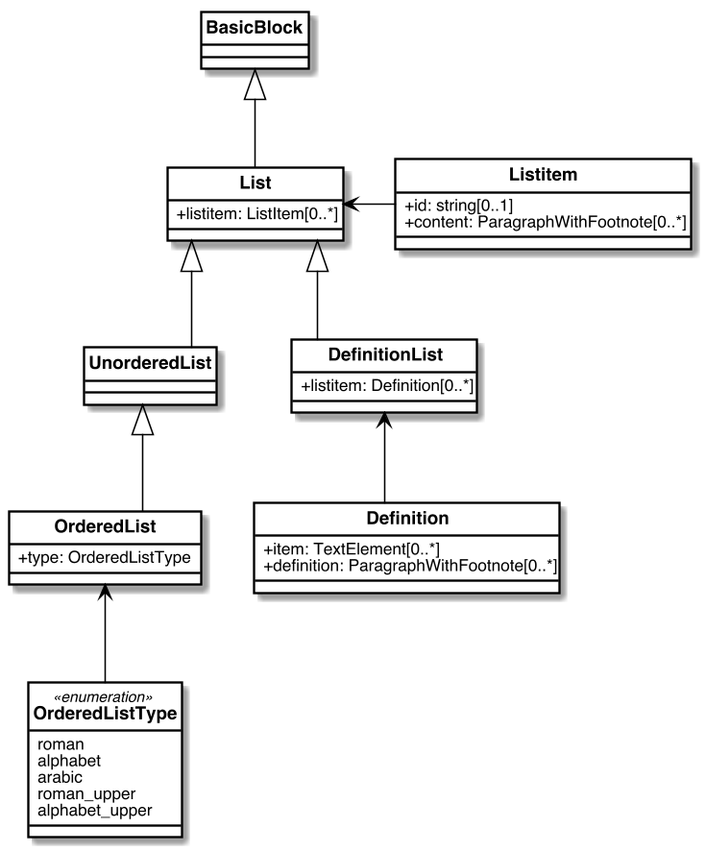
metanorma/basicdoc-models keeps this PlantUML diagram as images/Lists.png. Above is the earlier version.
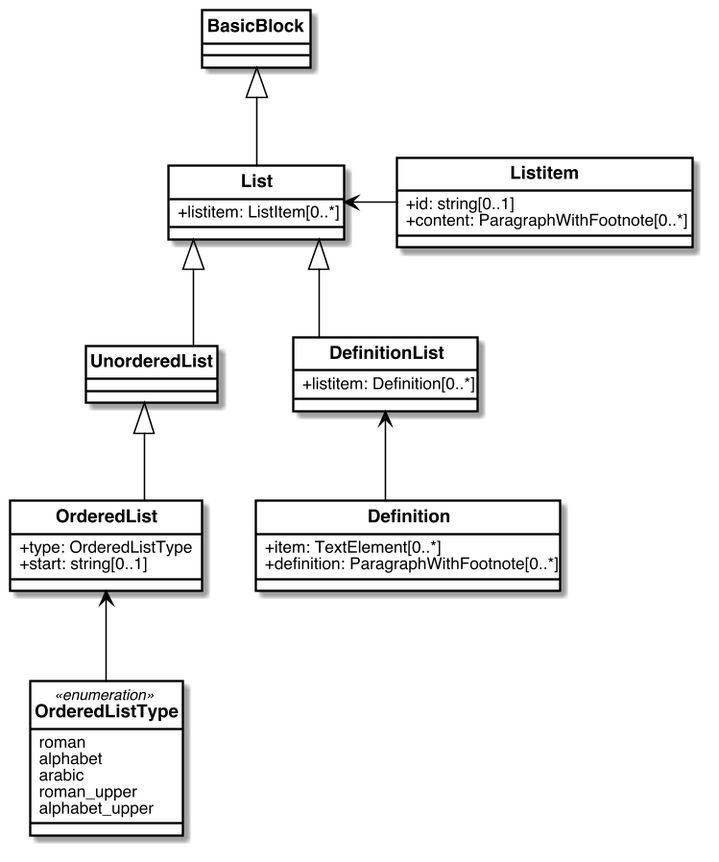
After the change.

Commit message:
ol/@start: https://github.com/metanorma/metanorma-standoc/issues/349

Change to the diagram source:
```diff
@@ -1,44 +1,6 @@
 @startuml Lists
 
-
-skinparam Dpi 150
-skinparam Monochrome false
-skinparam LineType ortho
-hide circle
-skinparam Default {
-  TextAlignment center
-  FontName Helvetica
-}
-skinparam Class {
-  AttributeIconSize 0
-  BackgroundColor White
-  ArrowColor Black
-  BorderColor Black
-  FontStyle bold
-  StereotypeFontSize 10
-}
-skinparam Rectangle {
-  BackgroundColor White
-  ArrowColor Black
-  BorderColor Black
-  FontStyle bold
-  FontSize 11
-  StereotypeFontSize 10
-}
-skinparam Object {
-  BackgroundColor White
-  ArrowColor Black
-  BorderColor Black
-  FontStyle bold
-  FontSize 11
-  StereotypeFontSize 10
-}
-
-skinparam Entity {
-  StereotypeFontSize 10
-}
-
-
+!include style.uml.inc
 
 
 class BasicBlock {
@@ -59,6 +21,7 @@
 
 class OrderedList{
     +type: OrderedListType
+    +start: string[0..1]
 }
 
 class DefinitionList{
```
